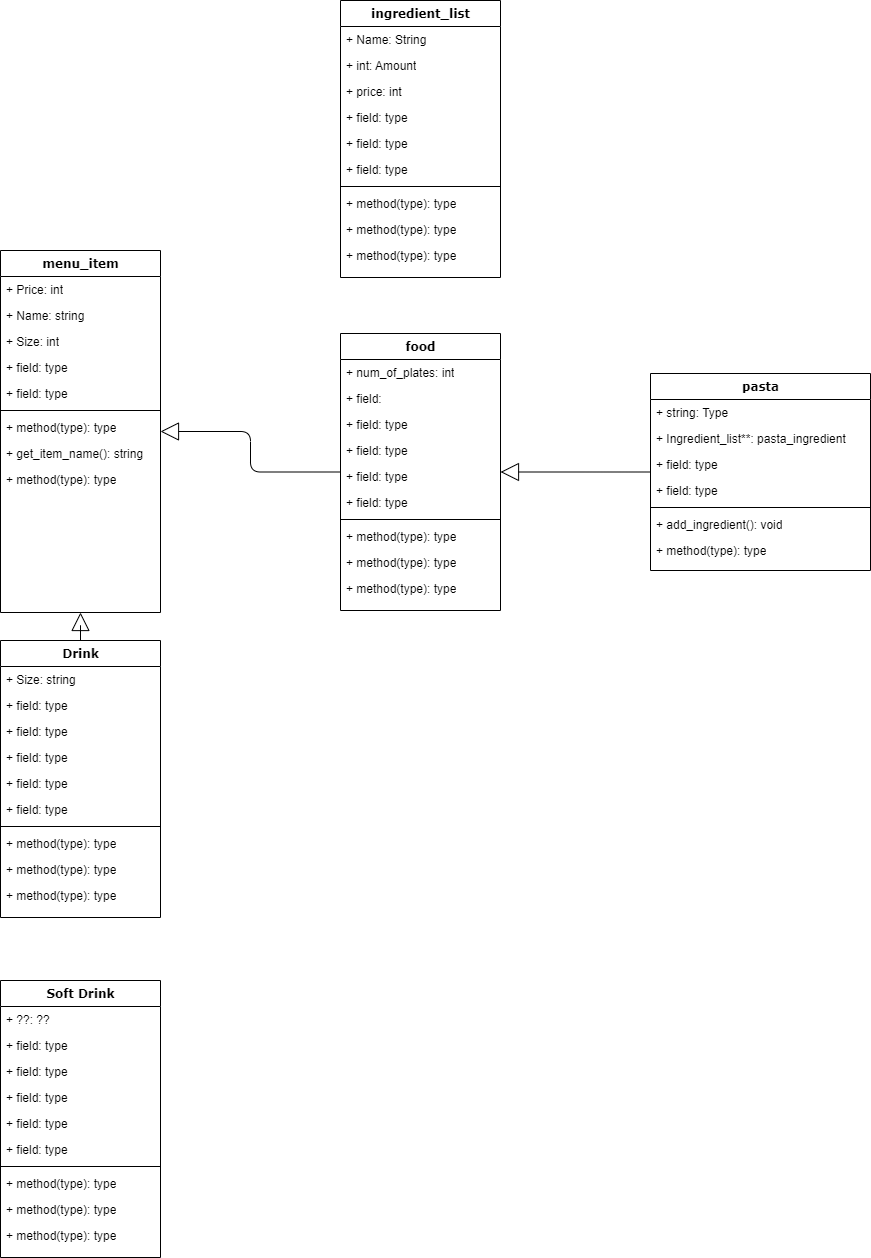
The draw.io diagram UML.png in SohamA12345/Project, before a commit. Source tidied: cells renumbered, new cells last; positions are measured from the earlier drawing's top-left corner, leaving out a move shared by most shapes.
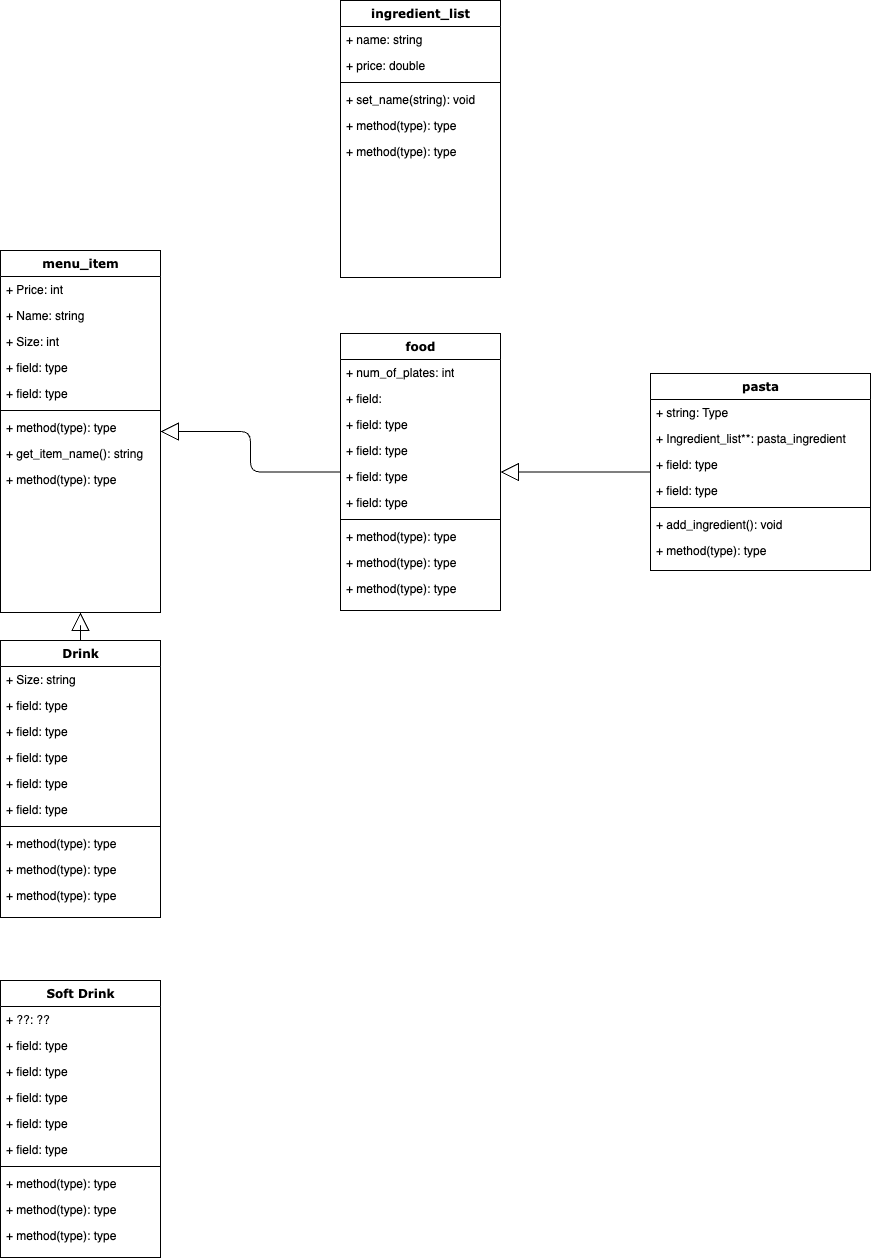
The same file after the commit.

The edit, as a diff of the source:
```diff
@@ -167,35 +167,23 @@
     <mxCell id="56" value="ingredient_list" style="swimlane;html=1;fontStyle=1;align=center;verticalAlign=top;horizontal=1;startSize=26;swimlaneFillColor=#ffffff;rounded=0;shadow=0;comic=0;labelBackgroundColor=none;strokeWidth=1;fillColor=none;fontFamily=Verdana;fontSize=12;" parent="1" vertex="1">
       <mxGeometry x="340" width="160" height="277" as="geometry" />
     </mxCell>
-    <mxCell id="57" value="+ Name: String" style="text;html=1;strokeColor=none;fillColor=none;align=left;verticalAlign=top;spacingLeft=4;spacingRight=4;whiteSpace=wrap;overflow=hidden;" parent="56" vertex="1">
+    <mxCell id="57" value="+ name: string" style="text;html=1;strokeColor=none;fillColor=none;align=left;verticalAlign=top;spacingLeft=4;spacingRight=4;whiteSpace=wrap;overflow=hidden;" parent="56" vertex="1">
       <mxGeometry y="26" width="160" height="26" as="geometry" />
     </mxCell>
-    <mxCell id="58" value="+ int: Amount" style="text;html=1;strokeColor=none;fillColor=none;align=left;verticalAlign=top;spacingLeft=4;spacingRight=4;whiteSpace=wrap;overflow=hidden;" parent="56" vertex="1">
+    <mxCell id="58" value="+ price: double" style="text;html=1;strokeColor=none;fillColor=none;align=left;verticalAlign=top;spacingLeft=4;spacingRight=4;whiteSpace=wrap;overflow=hidden;" parent="56" vertex="1">
       <mxGeometry y="52" width="160" height="26" as="geometry" />
     </mxCell>
-    <mxCell id="59" value="+ price: int" style="text;html=1;strokeColor=none;fillColor=none;align=left;verticalAlign=top;spacingLeft=4;spacingRight=4;whiteSpace=wrap;overflow=hidden;" parent="56" vertex="1">
-      <mxGeometry y="78" width="160" height="26" as="geometry" />
-    </mxCell>
-    <mxCell id="60" value="+ field: type" style="text;html=1;strokeColor=none;fillColor=none;align=left;verticalAlign=top;spacingLeft=4;spacingRight=4;whiteSpace=wrap;overflow=hidden;" parent="56" vertex="1">
-      <mxGeometry y="104" width="160" height="26" as="geometry" />
-    </mxCell>
-    <mxCell id="61" value="+ field: type" style="text;html=1;strokeColor=none;fillColor=none;align=left;verticalAlign=top;spacingLeft=4;spacingRight=4;whiteSpace=wrap;overflow=hidden;" parent="56" vertex="1">
-      <mxGeometry y="130" width="160" height="26" as="geometry" />
-    </mxCell>
-    <mxCell id="62" value="+ field: type" style="text;html=1;strokeColor=none;fillColor=none;align=left;verticalAlign=top;spacingLeft=4;spacingRight=4;whiteSpace=wrap;overflow=hidden;" parent="56" vertex="1">
-      <mxGeometry y="156" width="160" height="26" as="geometry" />
-    </mxCell>
     <mxCell id="63" style="line;html=1;strokeWidth=1;fillColor=none;align=left;verticalAlign=middle;spacingTop=-1;spacingLeft=3;spacingRight=3;labelPosition=right;" parent="56" vertex="1">
-      <mxGeometry y="182" width="160" height="8" as="geometry" />
+      <mxGeometry y="78" width="160" height="8" as="geometry" />
     </mxCell>
-    <mxCell id="64" value="+ method(type): type" style="text;html=1;strokeColor=none;fillColor=none;align=left;verticalAlign=top;spacingLeft=4;spacingRight=4;whiteSpace=wrap;overflow=hidden;" parent="56" vertex="1">
-      <mxGeometry y="190" width="160" height="26" as="geometry" />
+    <mxCell id="64" value="+ set_name(string): void" style="text;html=1;strokeColor=none;fillColor=none;align=left;verticalAlign=top;spacingLeft=4;spacingRight=4;whiteSpace=wrap;overflow=hidden;" parent="56" vertex="1">
+      <mxGeometry y="86" width="160" height="26" as="geometry" />
     </mxCell>
     <mxCell id="65" value="+ method(type): type" style="text;html=1;strokeColor=none;fillColor=none;align=left;verticalAlign=top;spacingLeft=4;spacingRight=4;whiteSpace=wrap;overflow=hidden;" parent="56" vertex="1">
-      <mxGeometry y="216" width="160" height="26" as="geometry" />
+      <mxGeometry y="112" width="160" height="26" as="geometry" />
     </mxCell>
     <mxCell id="66" value="+ method(type): type" style="text;html=1;strokeColor=none;fillColor=none;align=left;verticalAlign=top;spacingLeft=4;spacingRight=4;whiteSpace=wrap;overflow=hidden;" parent="56" vertex="1">
-      <mxGeometry y="242" width="160" height="26" as="geometry" />
+      <mxGeometry y="138" width="160" height="26" as="geometry" />
     </mxCell>
   </root>
 </mxGraphModel>
```
